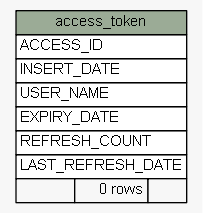
Earlier version of the Graphviz export docs/database/schemaspy/graphs/summary/access_token.1degree.png (engineerscraft/hrms). Its source is kept beside it as docs/database/schemaspy/graphs/summary/access_token.1degree.dot. Its diagram source:
```dot
digraph "access_token" {
  graph [
    rankdir="RL"
    bgcolor="#f7f7f7"
  ];
  node [
    fontname="Helvetica"
    fontsize="11"
    shape="plaintext"
  ];
  edge [
    arrowsize="0.8"
  ];
  "access_token" [
    label=<
    <TABLE BORDER="0" CELLBORDER="1" CELLSPACING="0" BGCOLOR="#ffffff">
      <TR><TD PORT="access_token.heading" COLSPAN="3" BGCOLOR="#9bab96" ALIGN="CENTER">access_token</TD></TR>
      <TR><TD PORT="ACCESS_ID" COLSPAN="3" ALIGN="LEFT">ACCESS_ID</TD></TR>
      <TR><TD PORT="INSERT_DATE" COLSPAN="3" ALIGN="LEFT">INSERT_DATE</TD></TR>
      <TR><TD PORT="USER_NAME" COLSPAN="3" ALIGN="LEFT">USER_NAME</TD></TR>
      <TR><TD PORT="EXPIRY_DATE" COLSPAN="3" ALIGN="LEFT">EXPIRY_DATE</TD></TR>
      <TR><TD PORT="REFRESH_COUNT" COLSPAN="3" ALIGN="LEFT">REFRESH_COUNT</TD></TR>
      <TR><TD PORT="LAST_REFRESH_DATE" COLSPAN="3" ALIGN="LEFT">LAST_REFRESH_DATE</TD></TR>
      <TR><TD ALIGN="LEFT" BGCOLOR="#f7f7f7">  </TD><TD ALIGN="RIGHT" BGCOLOR="#f7f7f7">0 rows</TD><TD ALIGN="RIGHT" BGCOLOR="#f7f7f7">  </TD></TR>
    </TABLE>>
    URL="tables/access_token.html#"
    tooltip="access_token"
  ];
}
```
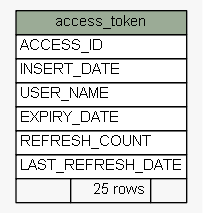
The same diagram one commit later.

Change to the diagram source:
```diff
@@ -21,7 +21,7 @@
       <TR><TD PORT="EXPIRY_DATE" COLSPAN="3" ALIGN="LEFT">EXPIRY_DATE</TD></TR>
       <TR><TD PORT="REFRESH_COUNT" COLSPAN="3" ALIGN="LEFT">REFRESH_COUNT</TD></TR>
       <TR><TD PORT="LAST_REFRESH_DATE" COLSPAN="3" ALIGN="LEFT">LAST_REFRESH_DATE</TD></TR>
-      <TR><TD ALIGN="LEFT" BGCOLOR="#f7f7f7">  </TD><TD ALIGN="RIGHT" BGCOLOR="#f7f7f7">0 rows</TD><TD ALIGN="RIGHT" BGCOLOR="#f7f7f7">  </TD></TR>
+      <TR><TD ALIGN="LEFT" BGCOLOR="#f7f7f7">  </TD><TD ALIGN="RIGHT" BGCOLOR="#f7f7f7">25 rows</TD><TD ALIGN="RIGHT" BGCOLOR="#f7f7f7">  </TD></TR>
     </TABLE>>
     URL="tables/access_token.html#"
     tooltip="access_token"
```
